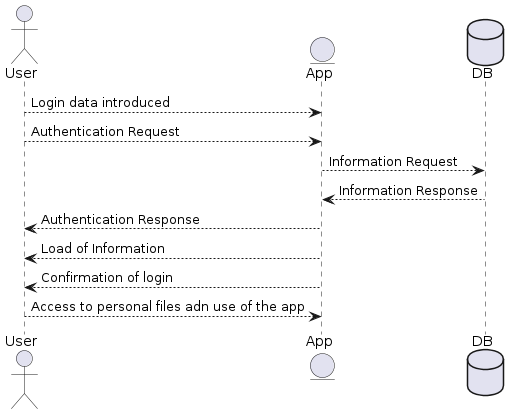
This is images/Sequence diagram1.png from Arquisoft/lomap_es4a, a PlantUML export, as it was before one commit.
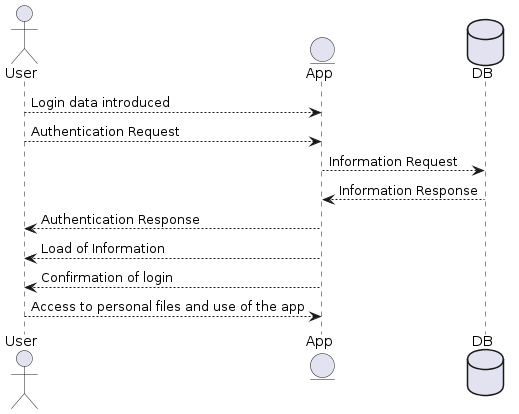
After the commit.

The edit, as a diff of the source:
```diff
@@ -9,5 +9,5 @@
 App --> User: Authentication Response
 App --> User: Load of Information
 App --> User: Confirmation of login
-User --> App: Access to personal files adn use of the app
+User --> App: Access to personal files and use of the app
 @enduml
```
